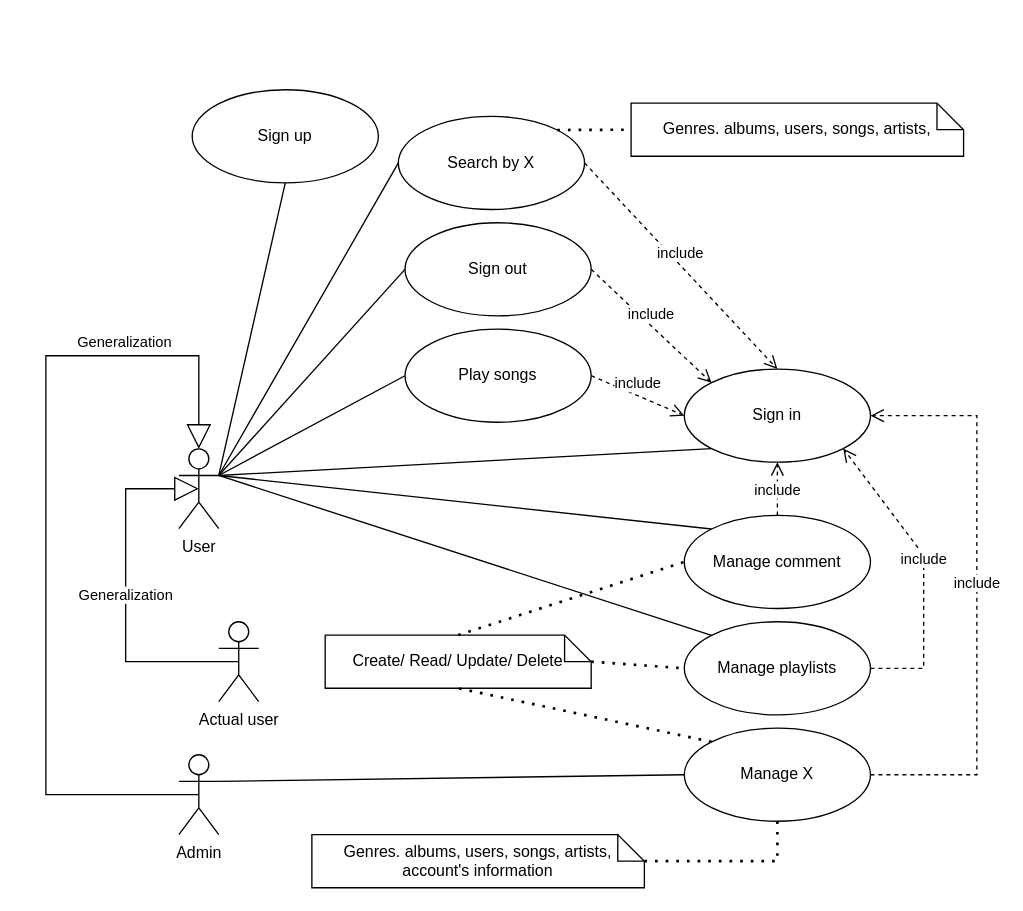
The draw.io diagram page "Page-1" (1 of 2) of PlanExcel/music_uc_diagram.drawio in namcao502/MUSIC, before the edit. Source tidied: cells renumbered, new cells numbered last; positions are measured from the earlier drawing's top-left corner, leaving out a move shared by most shapes. Both pictures are drawn from the tidied source at 133%, with x=0, y=0 at pixel (45, 89).
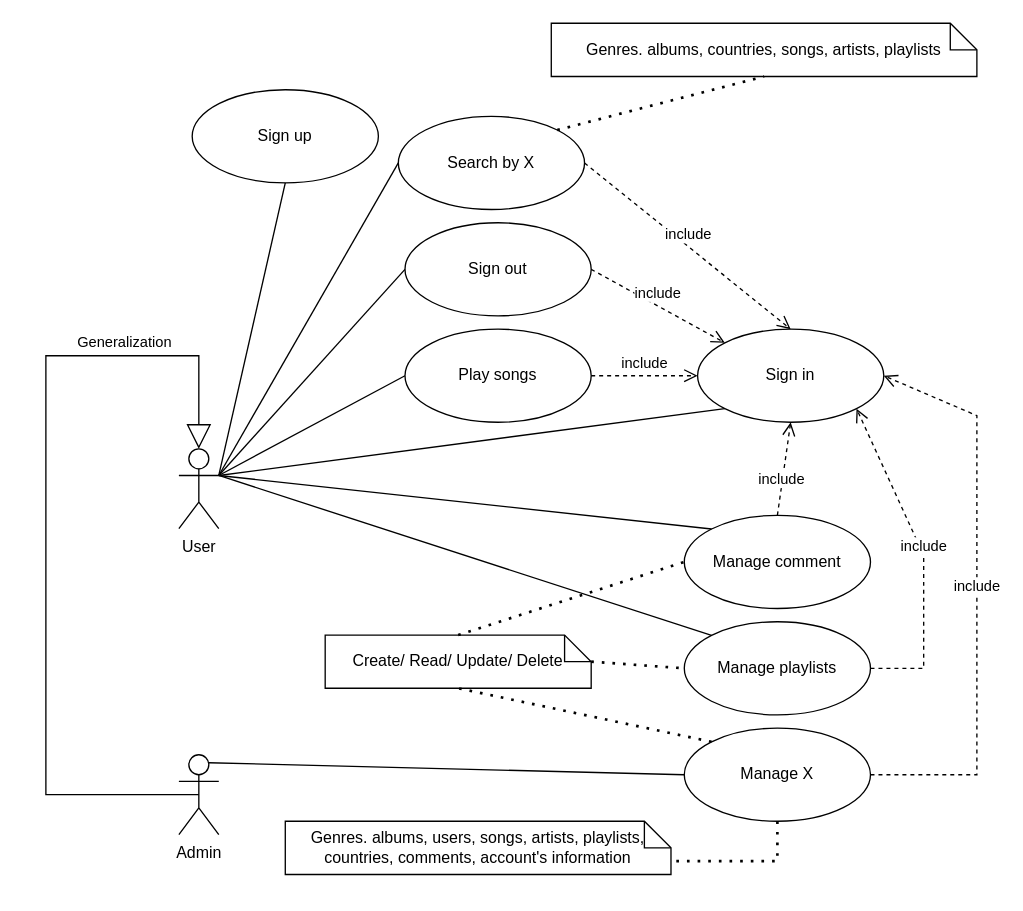
Above is the later version.

Unchanged cells that the change refers to:
```xml
<mxCell id="2" value="User" style="shape=umlActor;verticalLabelPosition=bottom;verticalAlign=top;html=1;outlineConnect=0;" parent="1" vertex="1">
  <mxGeometry x="100" y="270" width="30" height="60" as="geometry" />
</mxCell>
<mxCell id="3" value="Admin" style="shape=umlActor;verticalLabelPosition=bottom;verticalAlign=top;html=1;outlineConnect=0;" parent="1" vertex="1">
  <mxGeometry x="100" y="500" width="30" height="60" as="geometry" />
</mxCell>
<mxCell id="7" value="Search by X" style="ellipse;whiteSpace=wrap;html=1;" parent="1" vertex="1">
  <mxGeometry x="265" y="20" width="140" height="70" as="geometry" />
</mxCell>
<mxCell id="13" value="Manage X" style="ellipse;whiteSpace=wrap;html=1;" parent="1" vertex="1">
  <mxGeometry x="480" y="480" width="140" height="70" as="geometry" />
</mxCell>
```

What changed in the source:
```diff
@@
     <mxCell id="4" value="Sign in" style="ellipse;whiteSpace=wrap;html=1;" parent="1" vertex="1">
-      <mxGeometry x="480" y="210" width="140" height="70" as="geometry" />
+      <mxGeometry x="490" y="180" width="140" height="70" as="geometry" />
     </mxCell>
@@
-    <mxCell id="15" value="Genres. albums, users, songs, artists, account's information" style="shape=note;size=20;whiteSpace=wrap;html=1;" parent="1" vertex="1">
-      <mxGeometry x="200" y="560" width="250" height="40" as="geometry" />
+    <mxCell id="15" value="Genres. albums, users, songs, artists, playlists, countries, comments, account's information" style="shape=note;size=20;whiteSpace=wrap;html=1;" parent="1" vertex="1">
+      <mxGeometry x="180" y="550" width="290" height="40" as="geometry" />
     </mxCell>
@@
-    <mxCell id="17" style="endArrow=none;dashed=1;html=1;dashPattern=1 3;strokeWidth=2;rounded=0;entryX=0;entryY=0;entryDx=250.00000000000003;entryDy=20;entryPerimeter=0;exitX=0.5;exitY=1;exitDx=0;exitDy=0;" parent="1" edge="1" source="13" target="15">
+    <mxCell id="17" style="endArrow=none;dashed=1;html=1;dashPattern=1 3;strokeWidth=2;rounded=0;exitX=0.5;exitY=1;exitDx=0;exitDy=0;entryX=0;entryY=0;entryDx=290;entryDy=30;entryPerimeter=0;" parent="1" edge="1" source="13" target="15">
       <mxGeometry relative="1" as="geometry">
         <Array as="points">
           <mxPoint x="550" y="580" />
         </Array>
       </mxGeometry>
     </mxCell>
@@
-    <mxCell id="24" value="Genres. albums, users, songs, artists," style="shape=note;size=20;whiteSpace=wrap;html=1;" parent="1" vertex="1">
-      <mxGeometry x="440" y="10" width="250" height="40" as="geometry" />
+    <mxCell id="24" value="Genres. albums, countries, songs, artists, playlists" style="shape=note;size=20;whiteSpace=wrap;html=1;" parent="1" vertex="1">
+      <mxGeometry x="380" y="-50" width="320" height="40" as="geometry" />
     </mxCell>
-    <mxCell id="25" style="endArrow=none;dashed=1;html=1;dashPattern=1 3;strokeWidth=2;rounded=0;entryX=0;entryY=0.5;entryDx=0;entryDy=0;entryPerimeter=0;exitX=1;exitY=0;exitDx=0;exitDy=0;" parent="1" edge="1" source="7" target="24">
+    <mxCell id="25" style="endArrow=none;dashed=1;html=1;dashPattern=1 3;strokeWidth=2;rounded=0;entryX=0.5;entryY=1;entryDx=0;entryDy=0;entryPerimeter=0;exitX=1;exitY=0;exitDx=0;exitDy=0;" parent="1" edge="1" source="7" target="24">
       <mxGeometry relative="1" as="geometry" />
     </mxCell>
@@
-    <mxCell id="27" style="endArrow=none;html=1;rounded=0;exitX=1;exitY=0.3333333333333333;exitDx=0;exitDy=0;exitPerimeter=0;entryX=0;entryY=0.5;entryDx=0;entryDy=0;" parent="1" edge="1" source="3" target="13">
+    <mxCell id="27" style="endArrow=none;html=1;rounded=0;exitX=0.75;exitY=0.1;exitDx=0;exitDy=0;exitPerimeter=0;entryX=0;entryY=0.5;entryDx=0;entryDy=0;" parent="1" edge="1" source="3" target="13">
       <mxGeometry relative="1" as="geometry" />
     </mxCell>
@@
-    <mxCell id="35" value="Actual user" style="shape=umlActor;verticalLabelPosition=bottom;verticalAlign=top;html=1;" parent="1" vertex="1">
-      <mxGeometry x="130" y="400" width="30" height="60" as="geometry" />
-    </mxCell>
-    <mxCell id="36" value="Generalization" style="endArrow=block;endSize=16;endFill=0;html=1;rounded=0;exitX=0.5;exitY=0.5;exitDx=0;exitDy=0;exitPerimeter=0;entryX=0.5;entryY=0.5;entryDx=0;entryDy=0;entryPerimeter=0;" parent="1" edge="1" source="35" target="2">
-      <mxGeometry relative="1" as="geometry">
-        <Array as="points">
-          <mxPoint x="60" y="430" />
-          <mxPoint x="60" y="360" />
-          <mxPoint x="60" y="300" />
-        </Array>
-      </mxGeometry>
-    </mxCell>
```
